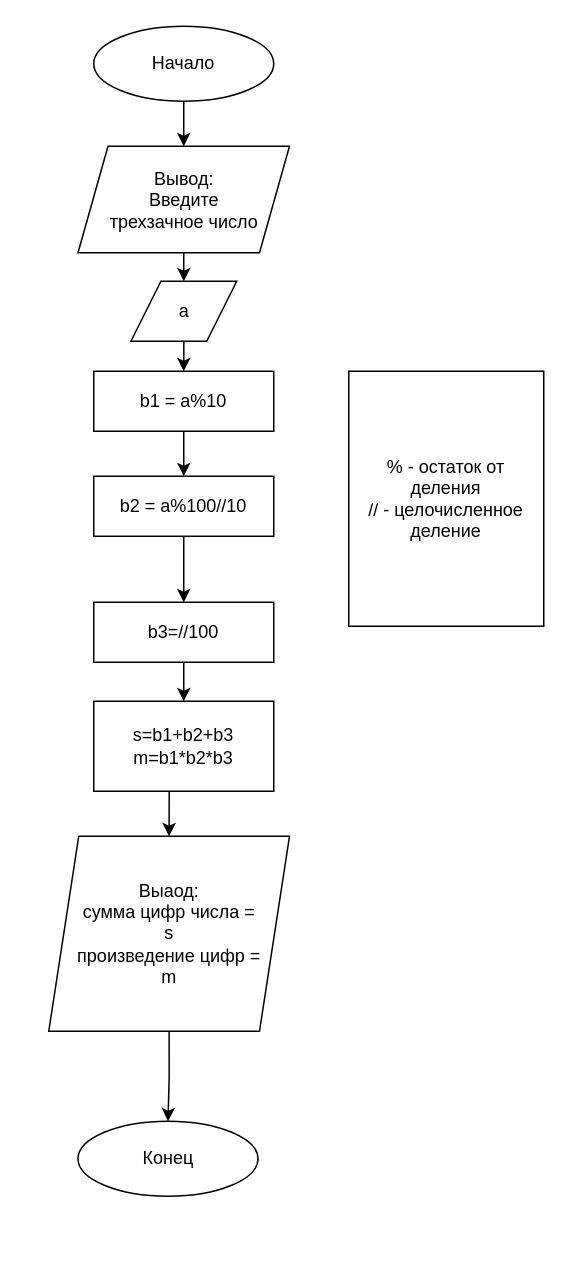
The draw.io diagram Untitled Diagram.drawio in vedmara/ALgorithms_python_lessons_1-8, before the edit. Source tidied: cells renumbered, new cells numbered last; positions are measured from the earlier drawing's top-left corner, leaving out a move shared by most shapes. Both pictures are drawn from the tidied source at 150%, with x=0, y=0 at pixel (48, 26).
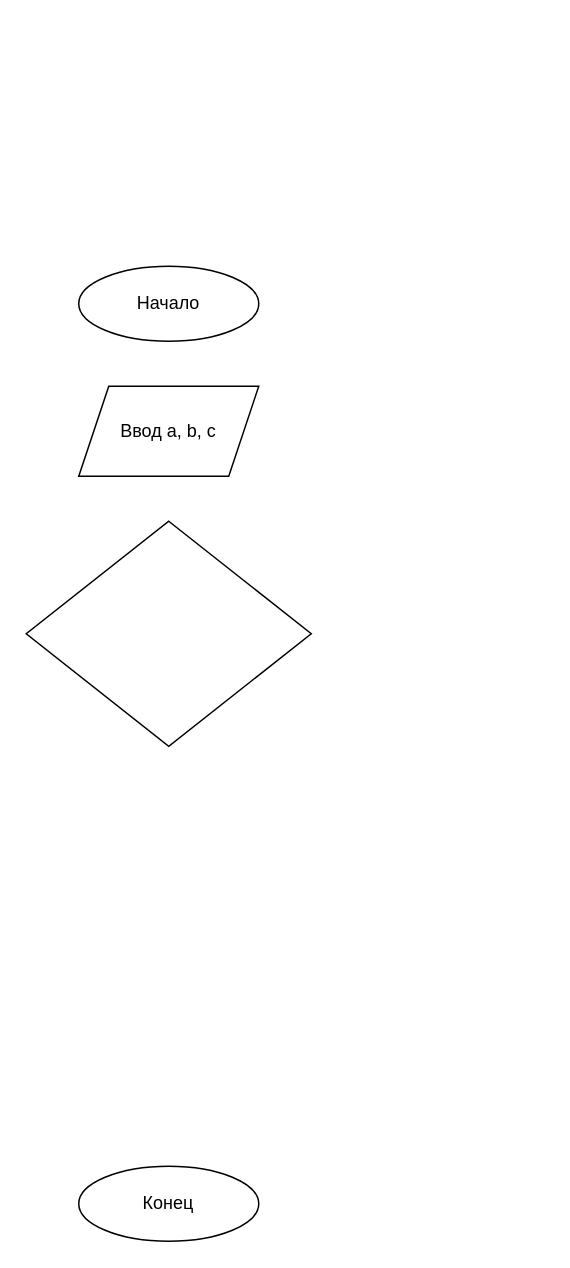
The same diagram, later.

Change to the diagram source:
```diff
@@
-    <mxCell id="1" parent="0" />
-    <mxCell id="2" parent="0" />
-    <mxCell id="3" style="edgeStyle=orthogonalEdgeStyle;rounded=0;jettySize=auto;html=1;exitX=0.5;exitY=1;exitDx=0;exitDy=0;entryX=0.5;entryY=0;entryDx=0;entryDy=0;" parent="2" edge="1" source="4" target="6">
-      <mxGeometry relative="1" as="geometry" />
-    </mxCell>
+    <mxCell id="21" parent="0" />
-    <mxCell id="4" value="Начало" style="ellipse;whiteSpace=wrap;html=1;" parent="2" vertex="1">
-      <mxGeometry x="30" width="120" height="50" as="geometry" />
+    <mxCell id="4" value="Начало" style="ellipse;whiteSpace=wrap;html=1;" parent="21" vertex="1">
+      <mxGeometry x="20" y="160" width="120" height="50" as="geometry" />
     </mxCell>
-    <mxCell id="5" style="edgeStyle=orthogonalEdgeStyle;rounded=0;jettySize=auto;html=1;exitX=0.5;exitY=1;exitDx=0;exitDy=0;entryX=0.5;entryY=0;entryDx=0;entryDy=0;" parent="2" edge="1" source="6" target="8">
-      <mxGeometry relative="1" as="geometry" />
-    </mxCell>
-    <mxCell id="6" value="&lt;div&gt;Вывод:&lt;/div&gt;&lt;div&gt;Введите &lt;br&gt;&lt;/div&gt;&lt;div&gt;трехзачное число&lt;br&gt;&lt;/div&gt;" style="shape=parallelogram;perimeter=parallelogramPerimeter;whiteSpace=wrap;html=1;fixedSize=1;" parent="2" vertex="1">
-      <mxGeometry x="19.5" y="80" width="141" height="71" as="geometry" />
-    </mxCell>
-    <mxCell id="7" style="edgeStyle=orthogonalEdgeStyle;rounded=0;jettySize=auto;html=1;exitX=0.5;exitY=1;exitDx=0;exitDy=0;entryX=0.5;entryY=0;entryDx=0;entryDy=0;" parent="2" edge="1" source="8" target="15">
-      <mxGeometry relative="1" as="geometry" />
-    </mxCell>
-    <mxCell id="8" value="а" style="shape=parallelogram;perimeter=parallelogramPerimeter;whiteSpace=wrap;html=1;fixedSize=1;" parent="2" vertex="1">
-      <mxGeometry x="54.8" y="170" width="70.5" height="40" as="geometry" />
-    </mxCell>
-    <mxCell id="9" style="edgeStyle=orthogonalEdgeStyle;rounded=0;jettySize=auto;html=1;exitX=0.5;exitY=1;exitDx=0;exitDy=0;entryX=0.5;entryY=0;entryDx=0;entryDy=0;" parent="2" edge="1" source="10" target="12">
-      <mxGeometry relative="1" as="geometry" />
-    </mxCell>
-    <mxCell id="10" value="&lt;div&gt;s=b1+b2+b3&lt;/div&gt;&lt;div&gt;m=b1*b2*b3&lt;br&gt;&lt;/div&gt;" style="rounded=0;whiteSpace=wrap;html=1;" parent="2" vertex="1">
-      <mxGeometry x="30" y="450" width="120" height="60" as="geometry" />
-    </mxCell>
-    <mxCell id="11" style="edgeStyle=orthogonalEdgeStyle;rounded=0;jettySize=auto;html=1;exitX=0.5;exitY=1;exitDx=0;exitDy=0;entryX=0.5;entryY=0;entryDx=0;entryDy=0;" parent="2" edge="1" source="12" target="13">
-      <mxGeometry relative="1" as="geometry" />
-    </mxCell>
-    <mxCell id="12" value="&lt;div&gt;Выаод:&lt;/div&gt;&lt;div&gt;сумма цифр числа =&lt;/div&gt;&lt;div&gt;s&lt;/div&gt;&lt;div&gt;произведение цифр =&lt;/div&gt;&lt;div&gt;m&lt;br&gt;&lt;/div&gt;" style="shape=parallelogram;perimeter=parallelogramPerimeter;whiteSpace=wrap;html=1;fixedSize=1;" parent="2" vertex="1">
-      <mxGeometry y="540" width="160.5" height="130" as="geometry" />
-    </mxCell>
-    <mxCell id="13" value="Конец" style="ellipse;whiteSpace=wrap;html=1;" parent="2" vertex="1">
-      <mxGeometry x="19.5" y="730" width="120" height="50" as="geometry" />
+    <mxCell id="13" value="Конец" style="ellipse;whiteSpace=wrap;html=1;" parent="21" vertex="1">
+      <mxGeometry x="20" y="760" width="120" height="50" as="geometry" />
     </mxCell>
-    <mxCell id="14" style="edgeStyle=orthogonalEdgeStyle;rounded=0;jettySize=auto;html=1;exitX=0.5;exitY=1;exitDx=0;exitDy=0;entryX=0.5;entryY=0;entryDx=0;entryDy=0;" parent="2" edge="1" source="15" target="17">
-      <mxGeometry relative="1" as="geometry" />
-    </mxCell>
-    <mxCell id="15" value="b1 = a%10" style="rounded=0;whiteSpace=wrap;html=1;" parent="2" vertex="1">
-      <mxGeometry x="30" y="230" width="120" height="40" as="geometry" />
-    </mxCell>
-    <mxCell id="16" style="edgeStyle=orthogonalEdgeStyle;rounded=0;jettySize=auto;html=1;exitX=0.5;exitY=1;exitDx=0;exitDy=0;entryX=0.5;entryY=0;entryDx=0;entryDy=0;" parent="2" edge="1" source="17" target="19">
-      <mxGeometry relative="1" as="geometry" />
-    </mxCell>
-    <mxCell id="17" value="b2 = a%100//10" style="rounded=0;whiteSpace=wrap;html=1;" parent="2" vertex="1">
-      <mxGeometry x="30" y="300" width="120" height="40" as="geometry" />
-    </mxCell>
-    <mxCell id="18" style="edgeStyle=orthogonalEdgeStyle;rounded=0;jettySize=auto;html=1;exitX=0.5;exitY=1;exitDx=0;exitDy=0;entryX=0.5;entryY=0;entryDx=0;entryDy=0;" parent="2" edge="1" source="19" target="10">
-      <mxGeometry relative="1" as="geometry" />
-    </mxCell>
-    <mxCell id="19" value="b3=//100" style="rounded=0;whiteSpace=wrap;html=1;" parent="2" vertex="1">
-      <mxGeometry x="30" y="384" width="120" height="40" as="geometry" />
-    </mxCell>
-    <mxCell id="20" value="&lt;div&gt;% - остаток от деления&lt;/div&gt;&lt;div&gt;// - целочисленное деление&lt;br&gt;&lt;/div&gt;" style="rounded=0;whiteSpace=wrap;html=1;" parent="2" vertex="1">
-      <mxGeometry x="200" y="230" width="130" height="170" as="geometry" />
-    </mxCell>
+    <mxCell id="22" value="Ввод a, b, c" style="shape=parallelogram;perimeter=parallelogramPerimeter;whiteSpace=wrap;html=1;fixedSize=1;" parent="21" vertex="1">
+      <mxGeometry x="20" y="240" width="120" height="60" as="geometry" />
+    </mxCell>
+    <mxCell id="23" style="rhombus;whiteSpace=wrap;html=1;" parent="21" vertex="1">
+      <mxGeometry x="-15" y="330" width="190" height="150" as="geometry" />
+    </mxCell>
```
